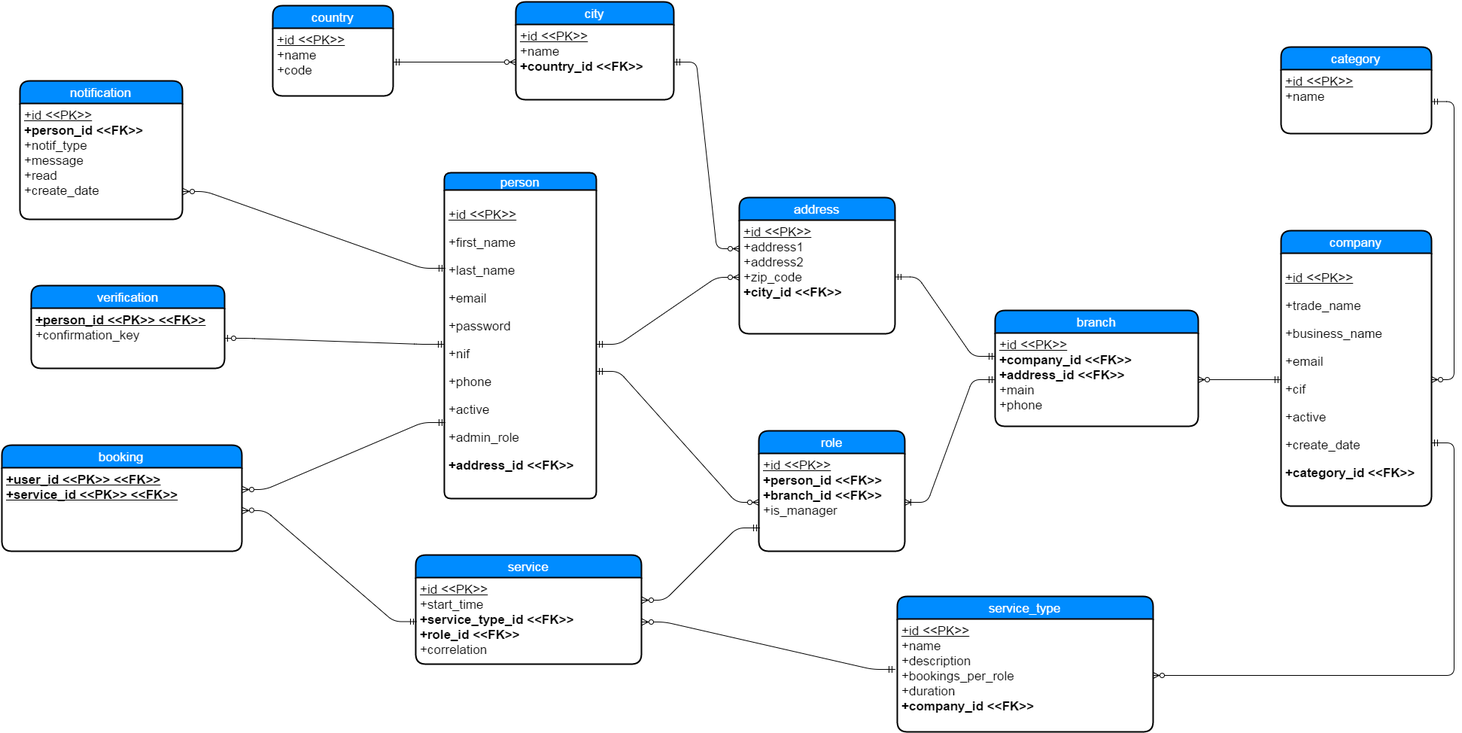
Before: project_documentation/database/Entity Relation Diagram.png, a diagram exported from draw.io (malkomich/busy). Source tidied: cells renumbered, new cells last; positions are measured from the earlier drawing's top-left corner, leaving out a move shared by most shapes.
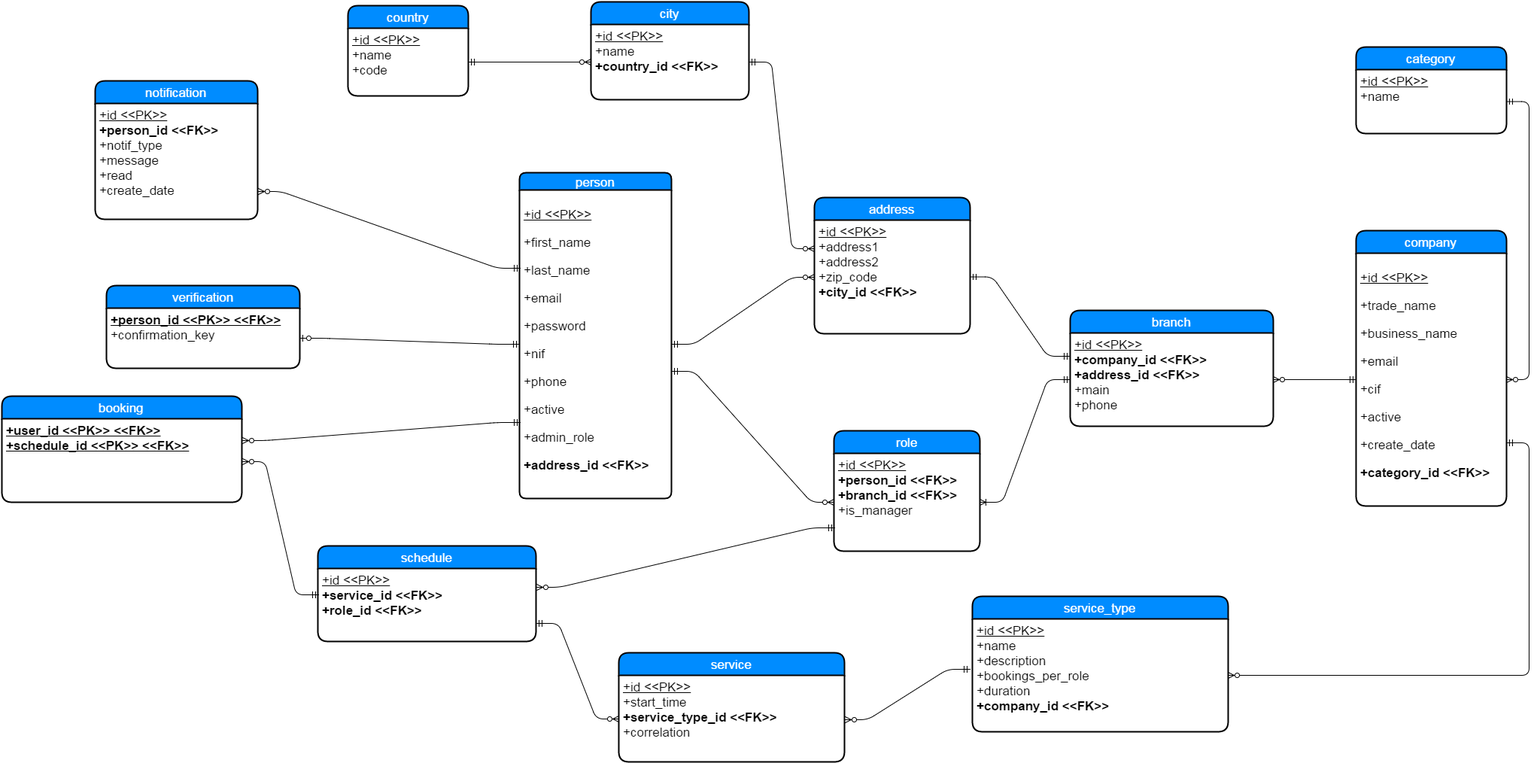
Above is the later version.

What changed in the source:
```diff
@@ -75,9 +75,9 @@
       <mxGeometry y="30" width="216" height="154" as="geometry" />
     </mxCell>
     <mxCell id="26" value="booking" style="swimlane;html=1;horizontal=1;startSize=30;fillColor=#008cff;fontColor=#FFFFFF;rounded=1;fontSize=17;fontStyle=0;strokeWidth=2;shadow=0;dashed=0;align=center;" parent="1" vertex="1">
-      <mxGeometry y="589" width="319" height="141" as="geometry" />
+      <mxGeometry x="-100" y="524" width="319" height="141" as="geometry" />
     </mxCell>
-    <mxCell id="27" value="&lt;b&gt;&lt;u&gt;+user_id &amp;lt;&amp;lt;PK&amp;gt;&amp;gt; &amp;lt;&amp;lt;FK&amp;gt;&amp;gt;&lt;/u&gt;&lt;/b&gt;&lt;div&gt;&lt;b&gt;&lt;u&gt;+service_id &amp;lt;&amp;lt;PK&amp;gt;&amp;gt; &amp;lt;&amp;lt;FK&amp;gt;&amp;gt;&lt;/u&gt;&lt;/b&gt;&lt;br&gt;&lt;div&gt;&lt;br&gt;&lt;/div&gt;&lt;/div&gt;" style="whiteSpace=wrap;html=1;align=left;strokeColor=none;fillColor=none;spacingLeft=4;fontSize=17;verticalAlign=top;" parent="26" vertex="1">
+    <mxCell id="27" value="&lt;b&gt;&lt;u&gt;+user_id &amp;lt;&amp;lt;PK&amp;gt;&amp;gt; &amp;lt;&amp;lt;FK&amp;gt;&amp;gt;&lt;/u&gt;&lt;/b&gt;&lt;div&gt;&lt;b&gt;&lt;u&gt;+schedule_id &amp;lt;&amp;lt;PK&amp;gt;&amp;gt; &amp;lt;&amp;lt;FK&amp;gt;&amp;gt;&lt;/u&gt;&lt;/b&gt;&lt;br&gt;&lt;div&gt;&lt;br&gt;&lt;/div&gt;&lt;/div&gt;" style="whiteSpace=wrap;html=1;align=left;strokeColor=none;fillColor=none;spacingLeft=4;fontSize=17;verticalAlign=top;" parent="26" vertex="1">
       <mxGeometry y="30" width="319" height="111" as="geometry" />
     </mxCell>
     <mxCell id="28" style="edgeStyle=entityRelationEdgeStyle;html=1;endArrow=ERzeroToMany;startArrow=ERmandOne;exitX=1;exitY=0.75;entryX=0;entryY=0.25;flipH=1;flipV=1;" parent="1" edge="1" source="25" target="4">
@@ -107,7 +107,7 @@
     <mxCell id="36" style="edgeStyle=entityRelationEdgeStyle;html=1;endArrow=ERzeroToMany;startArrow=ERmandOne;shadow=0;strokeColor=#000000;exitX=1;exitY=0.5;entryX=-0.012;entryY=0.439;entryPerimeter=0;flipH=1;flipV=1;" parent="1" edge="1" source="42" target="39">
       <mxGeometry relative="1" as="geometry" />
     </mxCell>
-    <mxCell id="37" style="edgeStyle=entityRelationEdgeStyle;html=1;endArrow=ERzeroToMany;startArrow=ERmandOne;shadow=0;strokeColor=#000000;entryX=0;entryY=0.75;flipH=1;flipV=1;exitX=1;exitY=0.25;" parent="1" edge="1" source="42" target="11">
+    <mxCell id="37" style="edgeStyle=entityRelationEdgeStyle;html=1;endArrow=ERzeroToMany;startArrow=ERmandOne;shadow=0;strokeColor=#000000;entryX=0;entryY=0.75;flipH=1;flipV=1;exitX=1;exitY=0.25;" parent="1" edge="1" source="45" target="11">
       <mxGeometry relative="1" as="geometry" />
     </mxCell>
     <mxCell id="38" value="service_type" style="swimlane;html=1;horizontal=1;startSize=30;fillColor=#008cff;fontColor=#FFFFFF;rounded=1;fontSize=17;fontStyle=0;strokeWidth=2;shadow=0;dashed=0;align=center;" parent="1" vertex="1">
@@ -116,14 +116,23 @@
     <mxCell id="39" value="&lt;u&gt;+id &amp;lt;&amp;lt;PK&amp;gt;&amp;gt;&lt;/u&gt;&lt;div&gt;+name&lt;/div&gt;&lt;div&gt;+description&lt;br&gt;&lt;div&gt;+bookings_per_role&lt;/div&gt;&lt;/div&gt;&lt;div&gt;+duration&lt;/div&gt;&lt;div&gt;&lt;b&gt;+company_id &amp;lt;&amp;lt;FK&amp;gt;&amp;gt;&lt;/b&gt;&lt;/div&gt;" style="whiteSpace=wrap;html=1;align=left;strokeColor=none;fillColor=none;spacingLeft=4;fontSize=17;verticalAlign=top;" parent="38" vertex="1">
       <mxGeometry y="30" width="340" height="150" as="geometry" />
     </mxCell>
-    <mxCell id="40" style="edgeStyle=entityRelationEdgeStyle;html=1;endArrow=ERzeroToMany;startArrow=ERmandOne;shadow=0;strokeColor=#000000;exitX=1;exitY=0.5;flipH=1;flipV=1;" parent="1" edge="1" source="27" target="42">
+    <mxCell id="40" style="edgeStyle=entityRelationEdgeStyle;html=1;endArrow=ERzeroToMany;startArrow=ERmandOne;shadow=0;strokeColor=#000000;exitX=1;exitY=0.5;flipH=1;flipV=1;entryX=0;entryY=0.5;" parent="1" edge="1" source="27" target="44">
       <mxGeometry relative="1" as="geometry" />
     </mxCell>
+    <mxCell id="43" style="edgeStyle=entityRelationEdgeStyle;html=1;endArrow=ERzeroToMany;startArrow=ERmandOne;shadow=0;strokeColor=#000000;exitX=1;exitY=0.75;entryX=0;entryY=0.5;" parent="1" edge="1" source="45" target="42">
+      <mxGeometry relative="1" as="geometry" />
+    </mxCell>
     <mxCell id="41" value="service" style="swimlane;html=1;horizontal=1;startSize=30;fillColor=#008cff;fontColor=#FFFFFF;rounded=1;fontSize=17;fontStyle=0;strokeWidth=2;shadow=0;dashed=0;align=center;" parent="1" vertex="1">
-      <mxGeometry x="550" y="735" width="300" height="145" as="geometry" />
+      <mxGeometry x="720" y="865" width="300" height="145" as="geometry" />
     </mxCell>
-    <mxCell id="42" value="&lt;u&gt;+id &amp;lt;&amp;lt;PK&amp;gt;&amp;gt;&lt;/u&gt;&lt;div&gt;+start_time&lt;br&gt;&lt;div&gt;&lt;b&gt;+service_type_id &amp;lt;&amp;lt;FK&amp;gt;&amp;gt;&lt;/b&gt;&lt;/div&gt;&lt;/div&gt;&lt;div&gt;&lt;b&gt;+role_id &amp;lt;&amp;lt;FK&amp;gt;&amp;gt;&lt;/b&gt;&lt;/div&gt;&lt;div&gt;+correlation&lt;/div&gt;&lt;div&gt;&lt;br&gt;&lt;/div&gt;" style="whiteSpace=wrap;html=1;align=left;strokeColor=none;fillColor=none;spacingLeft=4;fontSize=17;verticalAlign=top;" parent="41" vertex="1">
+    <mxCell id="42" value="&lt;u&gt;+id &amp;lt;&amp;lt;PK&amp;gt;&amp;gt;&lt;/u&gt;&lt;div&gt;+start_time&lt;br&gt;&lt;div&gt;&lt;b&gt;+service_type_id &amp;lt;&amp;lt;FK&amp;gt;&amp;gt;&lt;/b&gt;&lt;/div&gt;&lt;/div&gt;&lt;div&gt;+correlation&lt;/div&gt;&lt;div&gt;&lt;br&gt;&lt;/div&gt;" style="whiteSpace=wrap;html=1;align=left;strokeColor=none;fillColor=none;spacingLeft=4;fontSize=17;verticalAlign=top;" parent="41" vertex="1">
       <mxGeometry y="30" width="300" height="115" as="geometry" />
     </mxCell>
+    <mxCell id="44" value="schedule" style="swimlane;html=1;horizontal=1;startSize=30;fillColor=#008cff;fontColor=#FFFFFF;rounded=1;fontSize=17;fontStyle=0;strokeWidth=2;shadow=0;dashed=0;align=center;" parent="1" vertex="1">
+      <mxGeometry x="320" y="723" width="290" height="127" as="geometry" />
+    </mxCell>
+    <mxCell id="45" value="&lt;div&gt;&lt;u&gt;+id &amp;lt;&amp;lt;PK&amp;gt;&amp;gt;&lt;/u&gt;&lt;/div&gt;&lt;b&gt;+service_id &amp;lt;&amp;lt;FK&amp;gt;&amp;gt;&lt;/b&gt;&lt;div&gt;&lt;b&gt;+role_id &amp;lt;&amp;lt;FK&amp;gt;&amp;gt;&lt;/b&gt;&lt;/div&gt;&lt;div&gt;&lt;br&gt;&lt;/div&gt;" style="whiteSpace=wrap;html=1;align=left;strokeColor=none;fillColor=none;spacingLeft=4;fontSize=17;verticalAlign=top;" parent="44" vertex="1">
+      <mxGeometry y="30" width="290" height="97" as="geometry" />
+    </mxCell>
   </root>
 </mxGraphModel>
```
